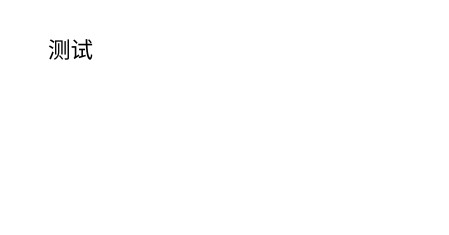
Think2twice/demo keeps this draw.io diagram as Untitled Diagram.drawio. Above is the earlier version. Source tidied: cells renumbered, new cells numbered last; positions are measured from the earlier drawing's top-left corner, leaving out a move shared by most shapes. Both pictures are drawn from the tidied source at 188%, with x=0, y=0 at pixel (32, 32).
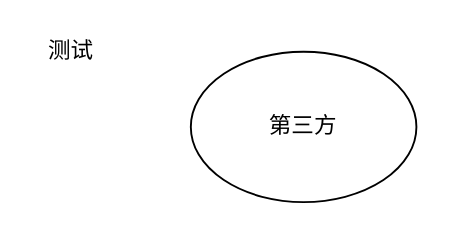
The same diagram, later.

The edit, as a diff of the source:
```diff
@@
 <mxGraphModel>
   <root>
     <mxCell id="0" />
     <mxCell id="1" parent="0" />
     <mxCell id="2" value="测试&lt;br&gt;" style="text;html=1;align=center;verticalAlign=middle;strokeColor=none;fillColor=none;" parent="1" vertex="1">
       <mxGeometry width="40" height="20" as="geometry" />
     </mxCell>
+    <mxCell id="3" value="第三方" style="ellipse;whiteSpace=wrap;html=1;" parent="1" vertex="1">
+      <mxGeometry x="84" y="10" width="120" height="80" as="geometry" />
+    </mxCell>
   </root>
 </mxGraphModel>
```
